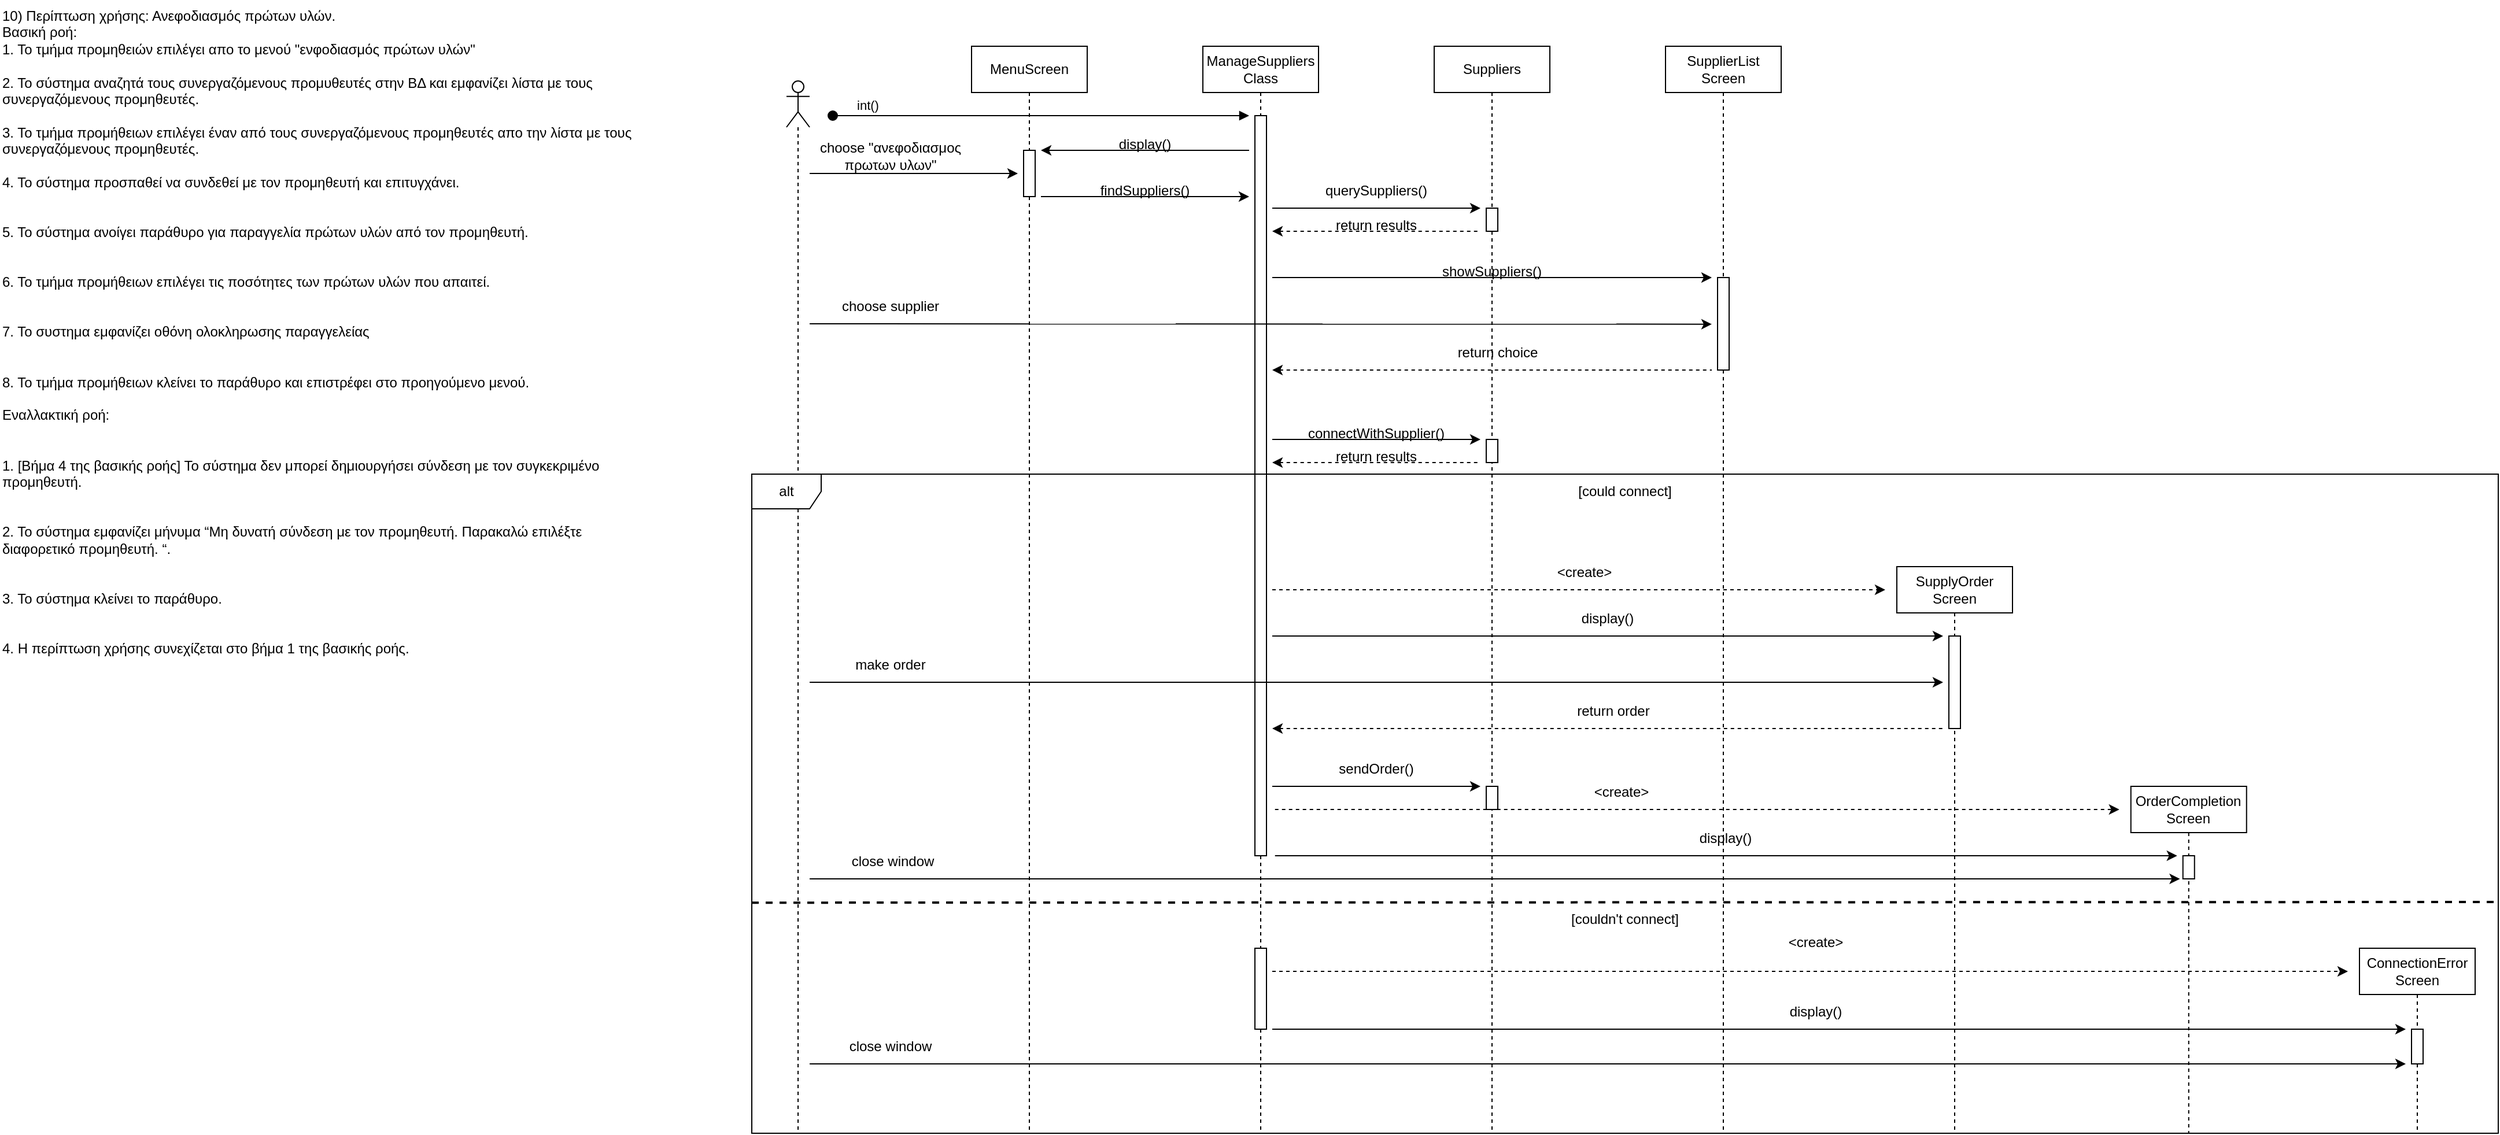
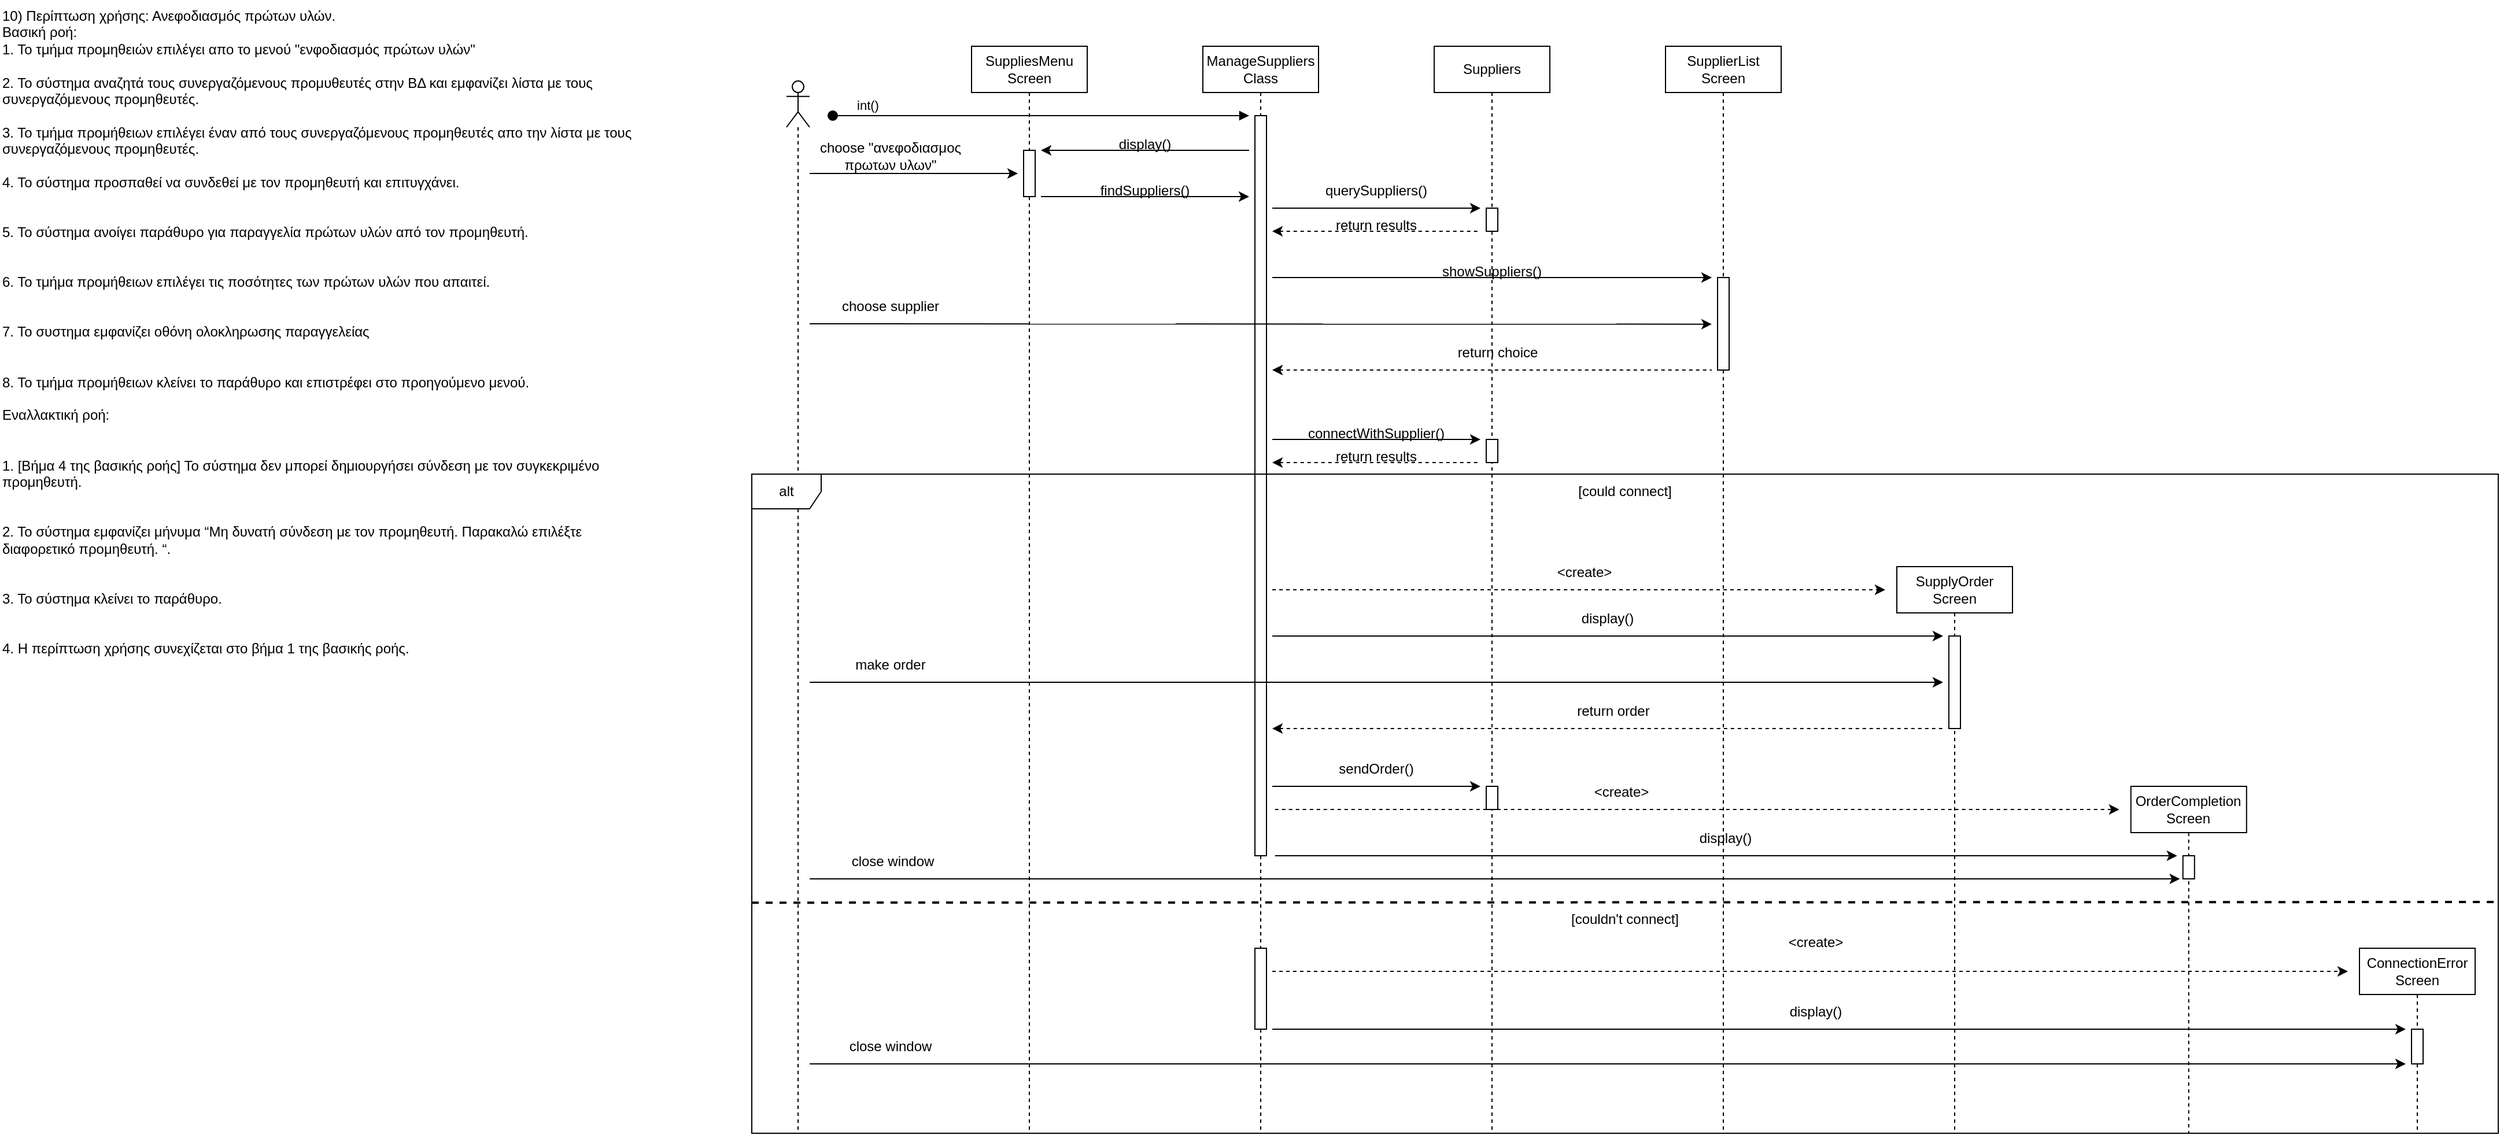
<mxfile host="Electron">
  <diagram name="Page-1" id="ynugujZIawzogecmN2KF">
-     <mxGraphModel dx="1765" dy="773" grid="1" gridSize="10" guides="1" tooltips="1" connect="1" arrows="1" fold="1" page="1" pageScale="1" pageWidth="850" pageHeight="1100" math="0" shadow="0">
+     <mxGraphModel dx="1515" dy="191" grid="1" gridSize="10" guides="1" tooltips="1" connect="1" arrows="1" fold="1" page="1" pageScale="1" pageWidth="850" pageHeight="1100" math="0" shadow="0">
      <root>
        <mxCell id="0" />
        <mxCell id="1" parent="0" />
        <mxCell id="HVNQHJheMAaKemnErGm2-1" parent="1" style="text;whiteSpace=wrap;fontStyle=0" value="10) Περίπτωση χρήσης: Ανεφοδιασμός πρώτων υλών.&#xa;Βασική ροή:&#xa;1.  Το τμήμα προμηθειών επιλέγει απο το μενού &quot;ενφοδιασμός πρώτων υλών&quot;&#xa;&#xa;2.    Το σύστημα αναζητά τους συνεργαζόμενους προμυθευτές στην ΒΔ και εμφανίζει λίστα με τους συνεργαζόμενους προμηθευτές.&#xa;&#xa;3.    Το τμήμα προμήθειων επιλέγει έναν από τους συνεργαζόμενους προμηθευτές απο την λίστα με τους συνεργαζόμενους προμηθευτές.&#xa;&#xa;4.  Το σύστημα προσπαθεί να συνδεθεί με τον προμηθευτή και επιτυγχάνει.&#xa;&#xa;&#xa;5.    Το σύστημα ανοίγει παράθυρο για παραγγελία πρώτων υλών από τον προμηθευτή.&#xa;&#xa;&#xa;6.    Το τμήμα προμήθειων επιλέγει τις ποσότητες των πρώτων υλών που απαιτεί.&#xa;&#xa;&#xa;7.  Το συστημα εμφανίζει οθόνη ολοκληρωσης παραγγελείας&#xa;&#xa;&#xa;8.    Το τμήμα προμήθειων κλείνει το παράθυρο και επιστρέφει στο προηγούμενο μενού.&#xa;&#xa;Εναλλακτική ροή:&#xa;&#xa;&#xa;1.    [Βήμα 4 της βασικής ροής] Το σύστημα δεν μπορεί δημιουργήσει σύνδεση με τον συγκεκριμένο προμηθευτή.&#xa;&#xa;&#xa;2.    Το σύστημα εμφανίζει μήνυμα “Μη δυνατή σύνδεση με τον προμηθευτή. Παρακαλώ επιλέξτε διαφορετικό προμηθευτή. “.&#xa;&#xa;&#xa;3.    Το σύστημα κλείνει το παράθυρο.&#xa;&#xa;&#xa;4.    Η περίπτωση χρήσης συνεχίζεται στο βήμα 1 της βασικής ροής." vertex="1">
          <mxGeometry height="580" width="560" x="-850" as="geometry" />
        </mxCell>
        <mxCell id="HVNQHJheMAaKemnErGm2-3" parent="1" style="shape=umlLifeline;perimeter=lifelinePerimeter;whiteSpace=wrap;html=1;container=1;dropTarget=0;collapsible=0;recursiveResize=0;outlineConnect=0;portConstraint=eastwest;newEdgeStyle={&quot;curved&quot;:0,&quot;rounded&quot;:0};participant=umlActor;" value="" vertex="1">
          <mxGeometry height="910" width="20" x="-170" y="70" as="geometry" />
        </mxCell>
-         <mxCell id="HVNQHJheMAaKemnErGm2-4" parent="1" style="shape=umlLifeline;perimeter=lifelinePerimeter;whiteSpace=wrap;html=1;container=1;dropTarget=0;collapsible=0;recursiveResize=0;outlineConnect=0;portConstraint=eastwest;newEdgeStyle={&quot;curved&quot;:0,&quot;rounded&quot;:0};" value="MenuScreen" vertex="1">
+         <mxCell id="HVNQHJheMAaKemnErGm2-4" parent="1" style="shape=umlLifeline;perimeter=lifelinePerimeter;whiteSpace=wrap;html=1;container=1;dropTarget=0;collapsible=0;recursiveResize=0;outlineConnect=0;portConstraint=eastwest;newEdgeStyle={&quot;curved&quot;:0,&quot;rounded&quot;:0};" value="SuppliesMenu Screen" vertex="1">
          <mxGeometry height="940" width="100" x="-10" y="40" as="geometry" />
        </mxCell>
        <mxCell id="HVNQHJheMAaKemnErGm2-12" parent="HVNQHJheMAaKemnErGm2-4" style="html=1;points=[[0,0,0,0,5],[0,1,0,0,-5],[1,0,0,0,5],[1,1,0,0,-5]];perimeter=orthogonalPerimeter;outlineConnect=0;targetShapes=umlLifeline;portConstraint=eastwest;newEdgeStyle={&quot;curved&quot;:0,&quot;rounded&quot;:0};" value="" vertex="1">
          <mxGeometry height="40" width="10" x="45" y="90" as="geometry" />
        </mxCell>
        <mxCell id="HVNQHJheMAaKemnErGm2-5" parent="1" style="shape=umlLifeline;perimeter=lifelinePerimeter;whiteSpace=wrap;html=1;container=1;dropTarget=0;collapsible=0;recursiveResize=0;outlineConnect=0;portConstraint=eastwest;newEdgeStyle={&quot;curved&quot;:0,&quot;rounded&quot;:0};" value="Suppliers" vertex="1">
          <mxGeometry height="940" width="100" x="390" y="40" as="geometry" />
        </mxCell>
        <mxCell id="HVNQHJheMAaKemnErGm2-21" parent="HVNQHJheMAaKemnErGm2-5" style="html=1;points=[[0,0,0,0,5],[0,1,0,0,-5],[1,0,0,0,5],[1,1,0,0,-5]];perimeter=orthogonalPerimeter;outlineConnect=0;targetShapes=umlLifeline;portConstraint=eastwest;newEdgeStyle={&quot;curved&quot;:0,&quot;rounded&quot;:0};" value="" vertex="1">
          <mxGeometry height="20" width="10" x="45" y="140" as="geometry" />
        </mxCell>
        <mxCell id="HVNQHJheMAaKemnErGm2-33" parent="HVNQHJheMAaKemnErGm2-5" style="html=1;points=[[0,0,0,0,5],[0,1,0,0,-5],[1,0,0,0,5],[1,1,0,0,-5]];perimeter=orthogonalPerimeter;outlineConnect=0;targetShapes=umlLifeline;portConstraint=eastwest;newEdgeStyle={&quot;curved&quot;:0,&quot;rounded&quot;:0};" value="" vertex="1">
          <mxGeometry height="20" width="10" x="45" y="340" as="geometry" />
        </mxCell>
        <mxCell id="HVNQHJheMAaKemnErGm2-68" edge="1" parent="HVNQHJheMAaKemnErGm2-5" style="edgeStyle=none;orthogonalLoop=1;jettySize=auto;html=1;rounded=0;" value="">
          <mxGeometry relative="1" width="100" as="geometry">
            <Array as="points" />
            <mxPoint x="-140" y="640" as="sourcePoint" />
            <mxPoint x="40" y="640" as="targetPoint" />
          </mxGeometry>
        </mxCell>
        <mxCell id="HVNQHJheMAaKemnErGm2-67" parent="HVNQHJheMAaKemnErGm2-5" style="html=1;points=[[0,0,0,0,5],[0,1,0,0,-5],[1,0,0,0,5],[1,1,0,0,-5]];perimeter=orthogonalPerimeter;outlineConnect=0;targetShapes=umlLifeline;portConstraint=eastwest;newEdgeStyle={&quot;curved&quot;:0,&quot;rounded&quot;:0};" value="" vertex="1">
          <mxGeometry height="20" width="10" x="45" y="640" as="geometry" />
        </mxCell>
        <mxCell id="HVNQHJheMAaKemnErGm2-6" parent="1" style="shape=umlLifeline;perimeter=lifelinePerimeter;whiteSpace=wrap;html=1;container=1;dropTarget=0;collapsible=0;recursiveResize=0;outlineConnect=0;portConstraint=eastwest;newEdgeStyle={&quot;curved&quot;:0,&quot;rounded&quot;:0};" value="SupplyOrder Screen" vertex="1">
          <mxGeometry height="490" width="100" x="790" y="490" as="geometry" />
        </mxCell>
        <mxCell id="HVNQHJheMAaKemnErGm2-40" parent="HVNQHJheMAaKemnErGm2-6" style="html=1;points=[[0,0,0,0,5],[0,1,0,0,-5],[1,0,0,0,5],[1,1,0,0,-5]];perimeter=orthogonalPerimeter;outlineConnect=0;targetShapes=umlLifeline;portConstraint=eastwest;newEdgeStyle={&quot;curved&quot;:0,&quot;rounded&quot;:0};" value="" vertex="1">
          <mxGeometry height="80" width="10" x="45" y="60" as="geometry" />
        </mxCell>
        <mxCell id="HVNQHJheMAaKemnErGm2-7" parent="1" style="shape=umlLifeline;perimeter=lifelinePerimeter;whiteSpace=wrap;html=1;container=1;dropTarget=0;collapsible=0;recursiveResize=0;outlineConnect=0;portConstraint=eastwest;newEdgeStyle={&quot;curved&quot;:0,&quot;rounded&quot;:0};" value="SupplierList Screen" vertex="1">
          <mxGeometry height="940" width="100" x="590" y="40" as="geometry" />
        </mxCell>
        <mxCell id="HVNQHJheMAaKemnErGm2-25" parent="HVNQHJheMAaKemnErGm2-7" style="html=1;points=[[0,0,0,0,5],[0,1,0,0,-5],[1,0,0,0,5],[1,1,0,0,-5]];perimeter=orthogonalPerimeter;outlineConnect=0;targetShapes=umlLifeline;portConstraint=eastwest;newEdgeStyle={&quot;curved&quot;:0,&quot;rounded&quot;:0};" value="" vertex="1">
          <mxGeometry height="80" width="10" x="45" y="200" as="geometry" />
        </mxCell>
        <mxCell id="HVNQHJheMAaKemnErGm2-8" parent="1" style="shape=umlLifeline;perimeter=lifelinePerimeter;whiteSpace=wrap;html=1;container=1;dropTarget=0;collapsible=0;recursiveResize=0;outlineConnect=0;portConstraint=eastwest;newEdgeStyle={&quot;curved&quot;:0,&quot;rounded&quot;:0};" value="OrderCompletion Screen" vertex="1">
          <mxGeometry height="300" width="100" x="992.37" y="680" as="geometry" />
        </mxCell>
        <mxCell id="HVNQHJheMAaKemnErGm2-51" parent="HVNQHJheMAaKemnErGm2-8" style="html=1;points=[[0,0,0,0,5],[0,1,0,0,-5],[1,0,0,0,5],[1,1,0,0,-5]];perimeter=orthogonalPerimeter;outlineConnect=0;targetShapes=umlLifeline;portConstraint=eastwest;newEdgeStyle={&quot;curved&quot;:0,&quot;rounded&quot;:0};" value="" vertex="1">
          <mxGeometry height="20" width="10" x="45" y="60" as="geometry" />
        </mxCell>
        <mxCell id="HVNQHJheMAaKemnErGm2-9" parent="1" style="shape=umlLifeline;perimeter=lifelinePerimeter;whiteSpace=wrap;html=1;container=1;dropTarget=0;collapsible=0;recursiveResize=0;outlineConnect=0;portConstraint=eastwest;newEdgeStyle={&quot;curved&quot;:0,&quot;rounded&quot;:0};" value="ManageSuppliers Class" vertex="1">
          <mxGeometry height="940" width="100" x="190" y="40" as="geometry" />
        </mxCell>
        <mxCell id="HVNQHJheMAaKemnErGm2-10" parent="HVNQHJheMAaKemnErGm2-9" style="html=1;points=[[0,0,0,0,5],[0,1,0,0,-5],[1,0,0,0,5],[1,1,0,0,-5]];perimeter=orthogonalPerimeter;outlineConnect=0;targetShapes=umlLifeline;portConstraint=eastwest;newEdgeStyle={&quot;curved&quot;:0,&quot;rounded&quot;:0};" value="" vertex="1">
          <mxGeometry height="640" width="10" x="45" y="60" as="geometry" />
        </mxCell>
        <mxCell id="HVNQHJheMAaKemnErGm2-11" edge="1" parent="1" style="html=1;verticalAlign=bottom;startArrow=oval;startFill=1;endArrow=block;startSize=8;curved=0;rounded=0;" value="int()">
          <mxGeometry relative="1" width="60" x="-0.8333" as="geometry">
            <mxPoint as="offset" />
            <mxPoint x="-130" y="100" as="sourcePoint" />
            <mxPoint x="230" y="100" as="targetPoint" />
          </mxGeometry>
        </mxCell>
        <mxCell id="HVNQHJheMAaKemnErGm2-13" edge="1" parent="1" style="edgeStyle=none;orthogonalLoop=1;jettySize=auto;html=1;rounded=0;startArrow=classic;startFill=1;endArrow=none;endFill=0;" value="">
          <mxGeometry relative="1" width="100" as="geometry">
            <Array as="points" />
            <mxPoint x="50" y="130" as="sourcePoint" />
            <mxPoint x="230" y="130" as="targetPoint" />
          </mxGeometry>
        </mxCell>
        <mxCell id="HVNQHJheMAaKemnErGm2-14" parent="1" style="text;html=1;whiteSpace=wrap;strokeColor=none;fillColor=none;align=center;verticalAlign=middle;rounded=0;" value="display()" vertex="1">
          <mxGeometry height="30" width="60" x="110" y="110" as="geometry" />
        </mxCell>
        <mxCell id="HVNQHJheMAaKemnErGm2-15" edge="1" parent="1" style="edgeStyle=none;orthogonalLoop=1;jettySize=auto;html=1;rounded=0;" value="">
          <mxGeometry relative="1" width="100" as="geometry">
            <Array as="points" />
            <mxPoint x="-150" y="150" as="sourcePoint" />
            <mxPoint x="30" y="150" as="targetPoint" />
          </mxGeometry>
        </mxCell>
        <mxCell id="HVNQHJheMAaKemnErGm2-16" parent="1" style="text;html=1;whiteSpace=wrap;strokeColor=none;fillColor=none;align=center;verticalAlign=middle;rounded=0;" value="choose &quot;ανεφοδιασμος πρωτων υλων&quot;" vertex="1">
          <mxGeometry height="30" width="130" x="-145" y="120" as="geometry" />
        </mxCell>
        <mxCell id="HVNQHJheMAaKemnErGm2-17" edge="1" parent="1" style="edgeStyle=none;orthogonalLoop=1;jettySize=auto;html=1;rounded=0;" value="">
          <mxGeometry relative="1" width="100" as="geometry">
            <Array as="points" />
            <mxPoint x="50" y="170" as="sourcePoint" />
            <mxPoint x="230" y="170" as="targetPoint" />
          </mxGeometry>
        </mxCell>
        <mxCell id="HVNQHJheMAaKemnErGm2-18" parent="1" style="text;html=1;whiteSpace=wrap;strokeColor=none;fillColor=none;align=center;verticalAlign=middle;rounded=0;" value="findSuppliers()" vertex="1">
          <mxGeometry height="30" width="60" x="110" y="150" as="geometry" />
        </mxCell>
        <mxCell id="HVNQHJheMAaKemnErGm2-19" edge="1" parent="1" style="edgeStyle=none;orthogonalLoop=1;jettySize=auto;html=1;rounded=0;" value="">
          <mxGeometry relative="1" width="100" as="geometry">
            <Array as="points" />
            <mxPoint x="250" y="180" as="sourcePoint" />
            <mxPoint x="430" y="180" as="targetPoint" />
          </mxGeometry>
        </mxCell>
        <mxCell id="HVNQHJheMAaKemnErGm2-20" parent="1" style="text;html=1;whiteSpace=wrap;strokeColor=none;fillColor=none;align=center;verticalAlign=middle;rounded=0;" value="querySuppliers()" vertex="1">
          <mxGeometry height="30" width="60" x="310" y="150" as="geometry" />
        </mxCell>
        <mxCell id="HVNQHJheMAaKemnErGm2-22" edge="1" parent="1" style="edgeStyle=none;orthogonalLoop=1;jettySize=auto;html=1;rounded=0;startArrow=classic;startFill=1;endArrow=none;endFill=0;dashed=1;" value="">
          <mxGeometry relative="1" width="100" as="geometry">
            <Array as="points" />
            <mxPoint x="250" y="200" as="sourcePoint" />
            <mxPoint x="430" y="200" as="targetPoint" />
          </mxGeometry>
        </mxCell>
        <mxCell id="HVNQHJheMAaKemnErGm2-23" parent="1" style="text;html=1;whiteSpace=wrap;strokeColor=none;fillColor=none;align=center;verticalAlign=middle;rounded=0;" value="return results" vertex="1">
          <mxGeometry height="30" width="80" x="300" y="180" as="geometry" />
        </mxCell>
        <mxCell id="HVNQHJheMAaKemnErGm2-24" edge="1" parent="1" style="edgeStyle=none;orthogonalLoop=1;jettySize=auto;html=1;rounded=0;" value="">
          <mxGeometry relative="1" width="100" as="geometry">
            <Array as="points" />
            <mxPoint x="250" y="240" as="sourcePoint" />
            <mxPoint x="630" y="240" as="targetPoint" />
          </mxGeometry>
        </mxCell>
        <mxCell id="HVNQHJheMAaKemnErGm2-27" parent="1" style="text;html=1;whiteSpace=wrap;strokeColor=none;fillColor=none;align=center;verticalAlign=middle;rounded=0;" value="showSuppliers()" vertex="1">
          <mxGeometry height="30" width="60" x="410" y="220" as="geometry" />
        </mxCell>
        <mxCell id="HVNQHJheMAaKemnErGm2-28" edge="1" parent="1" style="edgeStyle=none;orthogonalLoop=1;jettySize=auto;html=1;rounded=0;" value="">
          <mxGeometry relative="1" width="100" as="geometry">
            <Array as="points" />
            <mxPoint x="-150" y="280" as="sourcePoint" />
            <mxPoint x="630" y="280.34" as="targetPoint" />
          </mxGeometry>
        </mxCell>
        <mxCell id="HVNQHJheMAaKemnErGm2-29" parent="1" style="text;html=1;whiteSpace=wrap;strokeColor=none;fillColor=none;align=center;verticalAlign=middle;rounded=0;" value="choose supplier" vertex="1">
          <mxGeometry height="30" width="100" x="-130" y="250" as="geometry" />
        </mxCell>
        <mxCell id="HVNQHJheMAaKemnErGm2-30" edge="1" parent="1" style="edgeStyle=none;orthogonalLoop=1;jettySize=auto;html=1;rounded=0;startArrow=classic;startFill=1;endArrow=none;endFill=0;dashed=1;" value="">
          <mxGeometry relative="1" width="100" as="geometry">
            <Array as="points" />
            <mxPoint x="250" y="320" as="sourcePoint" />
            <mxPoint x="630" y="320" as="targetPoint" />
          </mxGeometry>
        </mxCell>
        <mxCell id="HVNQHJheMAaKemnErGm2-31" parent="1" style="text;html=1;whiteSpace=wrap;strokeColor=none;fillColor=none;align=center;verticalAlign=middle;rounded=0;" value="return choice" vertex="1">
          <mxGeometry height="30" width="90" x="400" y="290" as="geometry" />
        </mxCell>
        <mxCell id="HVNQHJheMAaKemnErGm2-32" edge="1" parent="1" style="edgeStyle=none;orthogonalLoop=1;jettySize=auto;html=1;rounded=0;startArrow=none;startFill=0;endArrow=classic;endFill=1;" value="">
          <mxGeometry relative="1" width="100" as="geometry">
            <Array as="points" />
            <mxPoint x="250" y="380" as="sourcePoint" />
            <mxPoint x="430" y="380" as="targetPoint" />
          </mxGeometry>
        </mxCell>
        <mxCell id="HVNQHJheMAaKemnErGm2-34" parent="1" style="text;html=1;whiteSpace=wrap;strokeColor=none;fillColor=none;align=center;verticalAlign=middle;rounded=0;" value="connectWithSupplier()" vertex="1">
          <mxGeometry height="30" width="60" x="310" y="360" as="geometry" />
        </mxCell>
        <mxCell id="HVNQHJheMAaKemnErGm2-35" edge="1" parent="1" style="edgeStyle=none;orthogonalLoop=1;jettySize=auto;html=1;rounded=0;startArrow=classic;startFill=1;endArrow=none;endFill=0;dashed=1;" value="">
          <mxGeometry relative="1" width="100" as="geometry">
            <Array as="points" />
            <mxPoint x="250" y="400" as="sourcePoint" />
            <mxPoint x="430" y="400" as="targetPoint" />
          </mxGeometry>
        </mxCell>
        <mxCell id="HVNQHJheMAaKemnErGm2-36" parent="1" style="text;html=1;whiteSpace=wrap;strokeColor=none;fillColor=none;align=center;verticalAlign=middle;rounded=0;" value="return results" vertex="1">
          <mxGeometry height="30" width="80" x="300" y="380" as="geometry" />
        </mxCell>
        <mxCell id="HVNQHJheMAaKemnErGm2-37" edge="1" parent="1" style="edgeStyle=none;orthogonalLoop=1;jettySize=auto;html=1;rounded=0;dashed=1;" value="">
          <mxGeometry relative="1" width="100" as="geometry">
            <Array as="points" />
            <mxPoint x="250" y="510" as="sourcePoint" />
            <mxPoint x="780" y="510" as="targetPoint" />
          </mxGeometry>
        </mxCell>
        <mxCell id="HVNQHJheMAaKemnErGm2-38" parent="1" style="text;html=1;whiteSpace=wrap;strokeColor=none;fillColor=none;align=center;verticalAlign=middle;rounded=0;" value="&amp;lt;create&amp;gt;" vertex="1">
          <mxGeometry height="30" width="60" x="490" y="480" as="geometry" />
        </mxCell>
        <mxCell id="HVNQHJheMAaKemnErGm2-39" edge="1" parent="1" style="edgeStyle=none;orthogonalLoop=1;jettySize=auto;html=1;rounded=0;" value="">
          <mxGeometry relative="1" width="100" as="geometry">
            <Array as="points" />
            <mxPoint x="250" y="550" as="sourcePoint" />
            <mxPoint x="830" y="550" as="targetPoint" />
          </mxGeometry>
        </mxCell>
        <mxCell id="HVNQHJheMAaKemnErGm2-41" parent="1" style="text;html=1;whiteSpace=wrap;strokeColor=none;fillColor=none;align=center;verticalAlign=middle;rounded=0;" value="display()" vertex="1">
          <mxGeometry height="30" width="60" x="510" y="520" as="geometry" />
        </mxCell>
        <mxCell id="HVNQHJheMAaKemnErGm2-42" edge="1" parent="1" style="edgeStyle=none;orthogonalLoop=1;jettySize=auto;html=1;rounded=0;" value="">
          <mxGeometry relative="1" width="100" as="geometry">
            <Array as="points" />
            <mxPoint x="-150" y="590" as="sourcePoint" />
            <mxPoint x="830" y="590" as="targetPoint" />
          </mxGeometry>
        </mxCell>
        <mxCell id="HVNQHJheMAaKemnErGm2-43" parent="1" style="text;html=1;whiteSpace=wrap;strokeColor=none;fillColor=none;align=center;verticalAlign=middle;rounded=0;" value="make order" vertex="1">
          <mxGeometry height="30" width="70" x="-115" y="560" as="geometry" />
        </mxCell>
        <mxCell id="HVNQHJheMAaKemnErGm2-44" edge="1" parent="1" style="edgeStyle=none;orthogonalLoop=1;jettySize=auto;html=1;rounded=0;startArrow=classic;startFill=1;endArrow=none;endFill=0;dashed=1;" value="">
          <mxGeometry relative="1" width="100" as="geometry">
            <Array as="points" />
            <mxPoint x="250" y="630" as="sourcePoint" />
            <mxPoint x="830" y="630" as="targetPoint" />
          </mxGeometry>
        </mxCell>
        <mxCell id="HVNQHJheMAaKemnErGm2-45" parent="1" style="text;html=1;whiteSpace=wrap;strokeColor=none;fillColor=none;align=center;verticalAlign=middle;rounded=0;" value="return order" vertex="1">
          <mxGeometry height="30" width="70" x="510" y="600" as="geometry" />
        </mxCell>
        <mxCell id="HVNQHJheMAaKemnErGm2-46" edge="1" parent="1" style="edgeStyle=none;orthogonalLoop=1;jettySize=auto;html=1;rounded=0;dashed=1;" value="">
          <mxGeometry relative="1" width="100" as="geometry">
            <Array as="points" />
            <mxPoint x="252.37" y="700" as="sourcePoint" />
            <mxPoint x="982.37" y="700" as="targetPoint" />
          </mxGeometry>
        </mxCell>
        <mxCell id="HVNQHJheMAaKemnErGm2-47" parent="1" style="text;html=1;whiteSpace=wrap;strokeColor=none;fillColor=none;align=center;verticalAlign=middle;rounded=0;" value="&amp;lt;create&amp;gt;" vertex="1">
          <mxGeometry height="30" width="60" x="522.37" y="670" as="geometry" />
        </mxCell>
        <mxCell id="HVNQHJheMAaKemnErGm2-49" edge="1" parent="1" style="edgeStyle=none;orthogonalLoop=1;jettySize=auto;html=1;rounded=0;" value="">
          <mxGeometry relative="1" width="100" as="geometry">
            <Array as="points" />
            <mxPoint x="252.37" y="740" as="sourcePoint" />
            <mxPoint x="1032.37" y="740" as="targetPoint" />
          </mxGeometry>
        </mxCell>
        <mxCell id="HVNQHJheMAaKemnErGm2-50" parent="1" style="text;html=1;whiteSpace=wrap;strokeColor=none;fillColor=none;align=center;verticalAlign=middle;rounded=0;" value="display()" vertex="1">
          <mxGeometry height="30" width="60" x="612.37" y="710" as="geometry" />
        </mxCell>
        <mxCell id="HVNQHJheMAaKemnErGm2-52" edge="1" parent="1" style="edgeStyle=none;orthogonalLoop=1;jettySize=auto;html=1;rounded=0;" value="">
          <mxGeometry relative="1" width="100" as="geometry">
            <Array as="points" />
            <mxPoint x="-150" y="760" as="sourcePoint" />
            <mxPoint x="1034.75" y="760" as="targetPoint" />
          </mxGeometry>
        </mxCell>
        <mxCell id="HVNQHJheMAaKemnErGm2-53" parent="1" style="text;html=1;whiteSpace=wrap;strokeColor=none;fillColor=none;align=center;verticalAlign=middle;rounded=0;" value="close window" vertex="1">
          <mxGeometry height="30" width="80" x="-117.63" y="730" as="geometry" />
        </mxCell>
        <mxCell id="HVNQHJheMAaKemnErGm2-54" edge="1" parent="1" style="edgeStyle=none;orthogonalLoop=1;jettySize=auto;html=1;rounded=0;endArrow=none;endFill=0;dashed=1;strokeWidth=2;entryX=0.998;entryY=0.613;entryDx=0;entryDy=0;entryPerimeter=0;" value="">
          <mxGeometry relative="1" width="100" as="geometry">
            <Array as="points" />
            <mxPoint x="-200" y="780.59" as="sourcePoint" />
            <mxPoint x="1306.9799999999996" y="779.9999999999999" as="targetPoint" />
          </mxGeometry>
        </mxCell>
        <mxCell id="HVNQHJheMAaKemnErGm2-55" parent="1" style="shape=umlFrame;whiteSpace=wrap;html=1;pointerEvents=0;" value="alt" vertex="1">
          <mxGeometry height="570" width="1510" x="-200" y="410" as="geometry" />
        </mxCell>
        <mxCell id="HVNQHJheMAaKemnErGm2-56" parent="1" style="text;html=1;whiteSpace=wrap;strokeColor=none;fillColor=none;align=center;verticalAlign=middle;rounded=0;" value="[could connect]" vertex="1">
          <mxGeometry height="30" width="100" x="505" y="410" as="geometry" />
        </mxCell>
        <mxCell id="HVNQHJheMAaKemnErGm2-57" parent="1" style="text;html=1;whiteSpace=wrap;strokeColor=none;fillColor=none;align=center;verticalAlign=middle;rounded=0;" value="[couldn&#39;t connect]" vertex="1">
          <mxGeometry height="30" width="110" x="500" y="780" as="geometry" />
        </mxCell>
        <mxCell id="HVNQHJheMAaKemnErGm2-58" parent="1" style="html=1;points=[[0,0,0,0,5],[0,1,0,0,-5],[1,0,0,0,5],[1,1,0,0,-5]];perimeter=orthogonalPerimeter;outlineConnect=0;targetShapes=umlLifeline;portConstraint=eastwest;newEdgeStyle={&quot;curved&quot;:0,&quot;rounded&quot;:0};" value="" vertex="1">
          <mxGeometry height="70" width="10" x="235" y="820" as="geometry" />
        </mxCell>
        <mxCell id="HVNQHJheMAaKemnErGm2-59" parent="1" style="shape=umlLifeline;whiteSpace=wrap;html=1;container=1;dropTarget=0;collapsible=0;recursiveResize=0;outlineConnect=0;portConstraint=eastwest;newEdgeStyle={&quot;curved&quot;:0,&quot;rounded&quot;:0};points=[[0,0,0,0,5],[0,1,0,0,-5],[1,0,0,0,5],[1,1,0,0,-5]];perimeter=rectanglePerimeter;targetShapes=umlLifeline;participant=label;" value="ConnectionError Screen" vertex="1">
          <mxGeometry height="160" width="100" x="1190" y="820" as="geometry" />
        </mxCell>
        <mxCell id="HVNQHJheMAaKemnErGm2-63" parent="HVNQHJheMAaKemnErGm2-59" style="html=1;points=[[0,0,0,0,5],[0,1,0,0,-5],[1,0,0,0,5],[1,1,0,0,-5]];perimeter=orthogonalPerimeter;outlineConnect=0;targetShapes=umlLifeline;portConstraint=eastwest;newEdgeStyle={&quot;curved&quot;:0,&quot;rounded&quot;:0};" value="" vertex="1">
          <mxGeometry height="30" width="10" x="45" y="70" as="geometry" />
        </mxCell>
        <mxCell id="HVNQHJheMAaKemnErGm2-60" edge="1" parent="1" style="edgeStyle=none;orthogonalLoop=1;jettySize=auto;html=1;rounded=0;dashed=1;" value="">
          <mxGeometry relative="1" width="100" as="geometry">
            <Array as="points" />
            <mxPoint x="250" y="840" as="sourcePoint" />
            <mxPoint x="1180" y="840" as="targetPoint" />
          </mxGeometry>
        </mxCell>
        <mxCell id="HVNQHJheMAaKemnErGm2-61" parent="1" style="text;html=1;whiteSpace=wrap;strokeColor=none;fillColor=none;align=center;verticalAlign=middle;rounded=0;" value="&amp;lt;create&amp;gt;" vertex="1">
          <mxGeometry height="30" width="60" x="690" y="800" as="geometry" />
        </mxCell>
        <mxCell id="HVNQHJheMAaKemnErGm2-62" edge="1" parent="1" style="edgeStyle=none;orthogonalLoop=1;jettySize=auto;html=1;rounded=0;" value="">
          <mxGeometry relative="1" width="100" as="geometry">
            <Array as="points" />
            <mxPoint x="250" y="890" as="sourcePoint" />
            <mxPoint x="1230" y="890" as="targetPoint" />
          </mxGeometry>
        </mxCell>
        <mxCell id="HVNQHJheMAaKemnErGm2-64" edge="1" parent="1" style="edgeStyle=none;orthogonalLoop=1;jettySize=auto;html=1;rounded=0;" value="">
          <mxGeometry relative="1" width="100" as="geometry">
            <Array as="points" />
            <mxPoint x="-150" y="920" as="sourcePoint" />
            <mxPoint x="1230" y="920" as="targetPoint" />
          </mxGeometry>
        </mxCell>
        <mxCell id="HVNQHJheMAaKemnErGm2-65" parent="1" style="text;html=1;whiteSpace=wrap;strokeColor=none;fillColor=none;align=center;verticalAlign=middle;rounded=0;" value="close window" vertex="1">
          <mxGeometry height="30" width="80" x="-120" y="890" as="geometry" />
        </mxCell>
        <mxCell id="HVNQHJheMAaKemnErGm2-69" parent="1" style="text;html=1;whiteSpace=wrap;strokeColor=none;fillColor=none;align=center;verticalAlign=middle;rounded=0;" value="sendOrder()" vertex="1">
          <mxGeometry height="30" width="60" x="310" y="650" as="geometry" />
        </mxCell>
        <mxCell id="6giTq4wWmCBdn4ufJC1B-1" parent="1" style="text;html=1;whiteSpace=wrap;strokeColor=none;fillColor=none;align=center;verticalAlign=middle;rounded=0;" value="display()" vertex="1">
          <mxGeometry height="30" width="60" x="690" y="860" as="geometry" />
        </mxCell>
      </root>
    </mxGraphModel>
  </diagram>
</mxfile>
